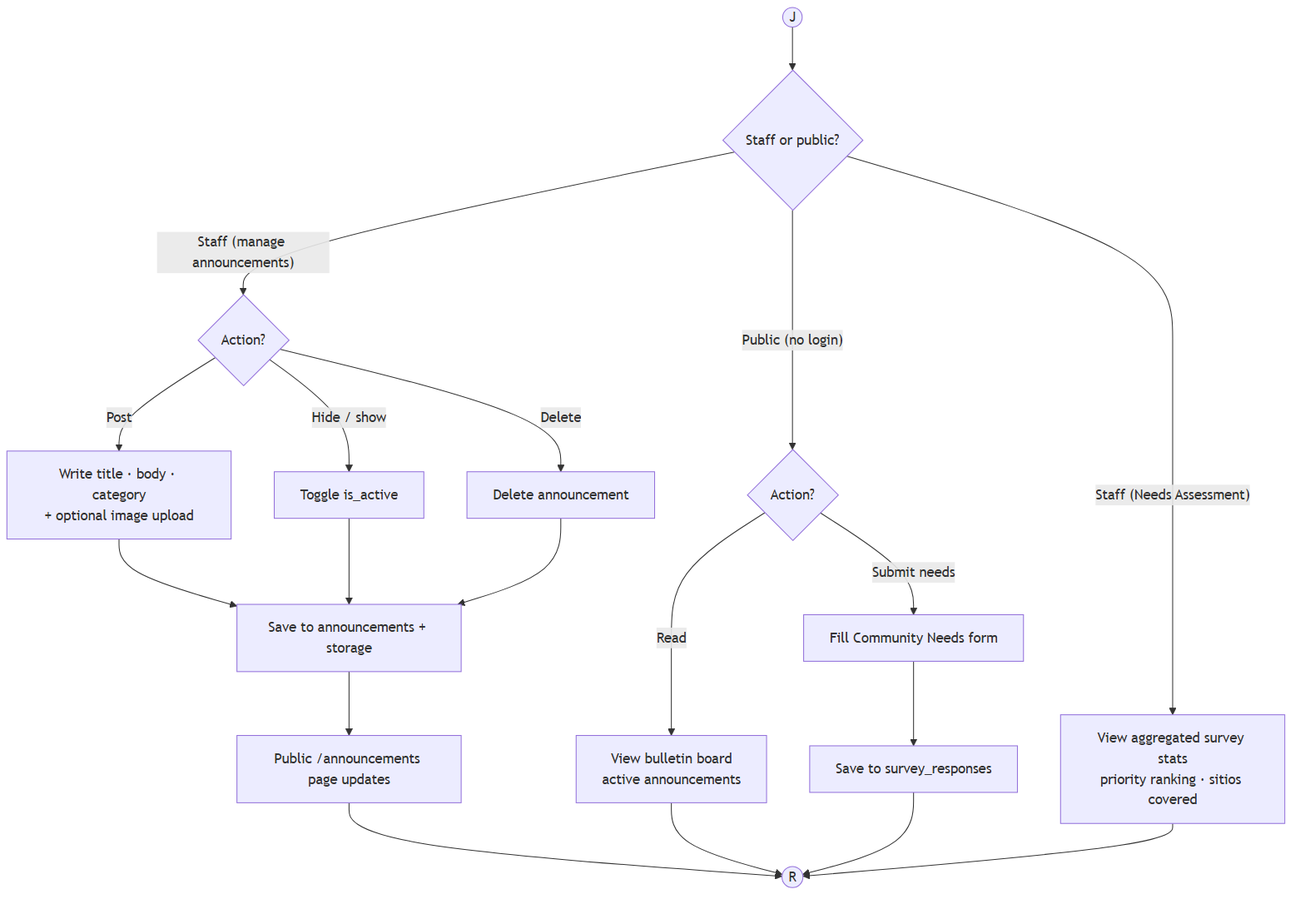
Above: diagrams/modules/announcements_needs.png in KellyEspera/protect (Mermaid), before the change. Its source is kept beside it as diagrams/modules/announcements_needs.mmd.
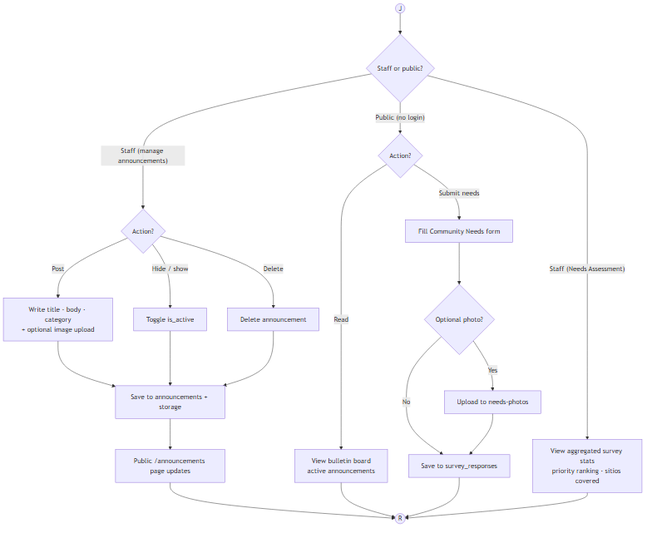
The same file after the commit.

What changed in the source:
```diff
@@ -13,7 +13,10 @@
     Who -- "Public (no login)" --> PAct{Action?}
     PAct -- Read --> Read[View bulletin board<br/>active announcements]
     PAct -- Submit needs --> NForm[Fill Community Needs form]
-    NForm --> SaveN[Save to survey_responses]
+    NForm --> Photo{Optional photo?}
+    Photo -- Yes --> NeedPhoto[Upload to needs-photos]
+    Photo -- No --> SaveN[Save to survey_responses]
+    NeedPhoto --> SaveN
 
     Who -- "Staff (Needs Assessment)" --> Agg[View aggregated survey stats<br/>priority ranking · sitios covered]
 
```
